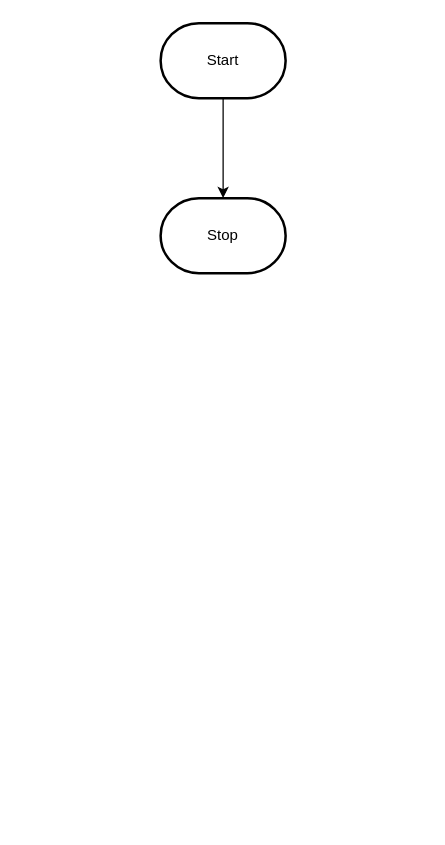
MTHS-ICD2O-1-2023/ICD2O-Unit-5-07-david-ezenwa keeps this draw.io diagram as design/flowchart.drawio. Above is the earlier version. Source tidied: cells renumbered, new cells numbered last; positions are measured from the earlier drawing's top-left corner, leaving out a move shared by most shapes. Both pictures are drawn from the tidied source at 125%, with x=0, y=0 at pixel (160, 22).
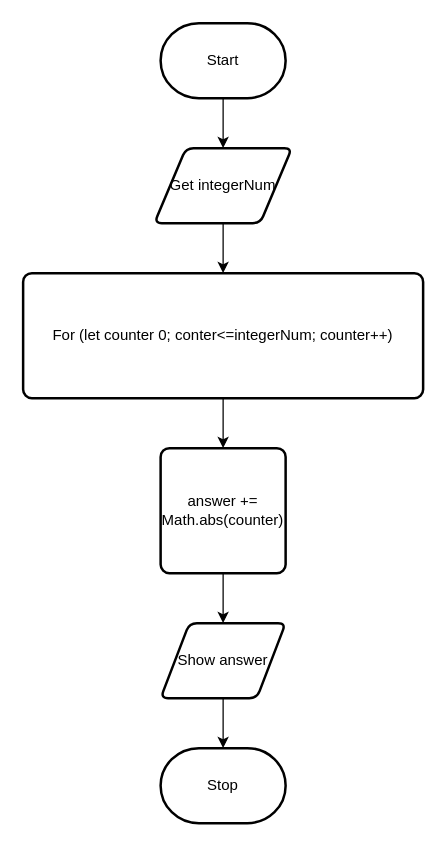
The same page after the edit.

What changed in the source:
```diff
@@
 <mxGraphModel>
   <root>
     <mxCell id="0" />
     <mxCell id="1" parent="0" />
-    <mxCell id="2" style="edgeStyle=orthogonalEdgeStyle;html=1;rounded=0;" parent="1" edge="1" source="3" target="4">
-      <mxGeometry relative="1" as="geometry" />
-    </mxCell>
+    <mxCell id="5" style="edgeStyle=none;html=1;entryX=0.5;entryY=0;entryDx=0;entryDy=0;" parent="1" edge="1" source="3" target="2">
+      <mxGeometry relative="1" as="geometry" />
+    </mxCell>
     <mxCell id="3" value="Start" style="strokeWidth=2;html=1;shape=mxgraph.flowchart.terminator;whiteSpace=wrap;" parent="1" vertex="1">
       <mxGeometry width="100" height="60" as="geometry" />
     </mxCell>
     <mxCell id="4" value="Stop" style="strokeWidth=2;html=1;shape=mxgraph.flowchart.terminator;whiteSpace=wrap;" parent="1" vertex="1">
-      <mxGeometry y="140" width="100" height="60" as="geometry" />
+      <mxGeometry y="580" width="100" height="60" as="geometry" />
     </mxCell>
+    <mxCell id="6" style="edgeStyle=none;html=1;entryX=0.5;entryY=0;entryDx=0;entryDy=0;" parent="1" edge="1" source="2" target="8">
+      <mxGeometry relative="1" as="geometry" />
+    </mxCell>
+    <mxCell id="2" value="Get integerNum" style="shape=parallelogram;html=1;strokeWidth=2;perimeter=parallelogramPerimeter;whiteSpace=wrap;rounded=1;arcSize=12;size=0.23;" parent="1" vertex="1">
+      <mxGeometry x="-5" y="100" width="110" height="60" as="geometry" />
+    </mxCell>
+    <mxCell id="7" style="edgeStyle=none;html=1;" parent="1" edge="1" source="8" target="10">
+      <mxGeometry relative="1" as="geometry" />
+    </mxCell>
+    <mxCell id="8" value="For (let counter 0; conter&amp;lt;=integerNum; counter++)" style="rounded=1;whiteSpace=wrap;html=1;absoluteArcSize=1;arcSize=14;strokeWidth=2;" parent="1" vertex="1">
+      <mxGeometry x="-110" y="200" width="320" height="100" as="geometry" />
+    </mxCell>
+    <mxCell id="9" style="edgeStyle=none;html=1;" parent="1" edge="1" source="10" target="12">
+      <mxGeometry relative="1" as="geometry" />
+    </mxCell>
+    <mxCell id="10" value="answer += Math.abs(counter)" style="rounded=1;whiteSpace=wrap;html=1;absoluteArcSize=1;arcSize=14;strokeWidth=2;" parent="1" vertex="1">
+      <mxGeometry y="340" width="100" height="100" as="geometry" />
+    </mxCell>
+    <mxCell id="11" style="edgeStyle=none;html=1;entryX=0.5;entryY=0;entryDx=0;entryDy=0;entryPerimeter=0;" parent="1" edge="1" source="12" target="4">
+      <mxGeometry relative="1" as="geometry" />
+    </mxCell>
+    <mxCell id="12" value="Show answer" style="shape=parallelogram;html=1;strokeWidth=2;perimeter=parallelogramPerimeter;whiteSpace=wrap;rounded=1;arcSize=12;size=0.23;" parent="1" vertex="1">
+      <mxGeometry y="480" width="100" height="60" as="geometry" />
+    </mxCell>
   </root>
 </mxGraphModel>
```
